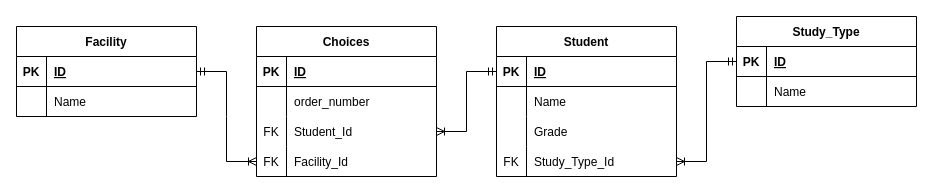
Before: page "Page-2" (2 of 2) of SVU hw.drawio in anaslaham/AlanWalker, a draw.io diagram. Source tidied: cells renumbered, new cells numbered last; positions are measured from the earlier drawing's top-left corner, leaving out a move shared by most shapes. Both pictures are drawn from the tidied source at 100%, with x=0, y=0 at pixel (16, 16).
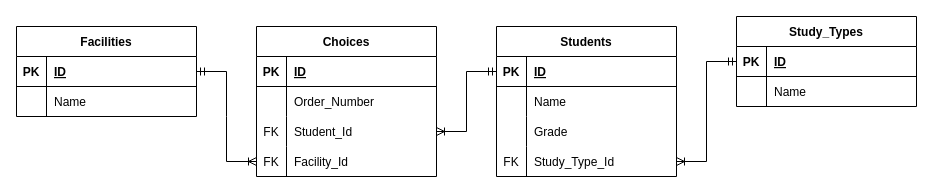
The same diagram, later.

Unchanged cells that the change refers to:
```xml
<mxCell id="26" style="shape=tableRow;horizontal=0;startSize=0;swimlaneHead=0;swimlaneBody=0;fillColor=none;top=0;left=0;right=0;bottom=0;" parent="22" vertex="1">
  <mxGeometry y="60" width="180" height="30" as="geometry" />
</mxCell>
```

What changed in the source:
```diff
@@
-    <mxCell id="2" value="Facility" style="shape=table;startSize=30;childLayout=tableLayout;rowLines=0;fontStyle=1;align=center;" parent="1" vertex="1">
+    <mxCell id="2" value="Facilities" style="shape=table;startSize=30;childLayout=tableLayout;rowLines=0;fontStyle=1;align=center;" parent="1" vertex="1">
       <mxGeometry y="10" width="180" height="90" as="geometry" />
     </mxCell>
@@
-    <mxCell id="9" value="Student" style="shape=table;startSize=30;childLayout=tableLayout;rowLines=0;fontStyle=1;align=center;" parent="1" vertex="1">
+    <mxCell id="9" value="Students" style="shape=table;startSize=30;childLayout=tableLayout;rowLines=0;fontStyle=1;align=center;" parent="1" vertex="1">
       <mxGeometry x="480" y="10" width="180" height="150" as="geometry" />
     </mxCell>
@@
-    <mxCell id="28" value="order_number" style="shape=partialRectangle;fillColor=none;top=0;left=0;bottom=0;right=0;align=left;spacingLeft=6;overflow=hidden;" parent="26" vertex="1">
+    <mxCell id="28" value="Order_Number" style="shape=partialRectangle;fillColor=none;top=0;left=0;bottom=0;right=0;align=left;spacingLeft=6;overflow=hidden;" parent="26" vertex="1">
       <mxGeometry x="30" width="150" height="30" as="geometry" />
     </mxCell>
@@
-    <mxCell id="35" value="Study_Type" style="shape=table;startSize=30;childLayout=tableLayout;rowLines=0;fontStyle=1;align=center;" parent="1" vertex="1">
+    <mxCell id="35" value="Study_Types" style="shape=table;startSize=30;childLayout=tableLayout;rowLines=0;fontStyle=1;align=center;" parent="1" vertex="1">
       <mxGeometry x="720" width="180" height="90" as="geometry" />
     </mxCell>
```
